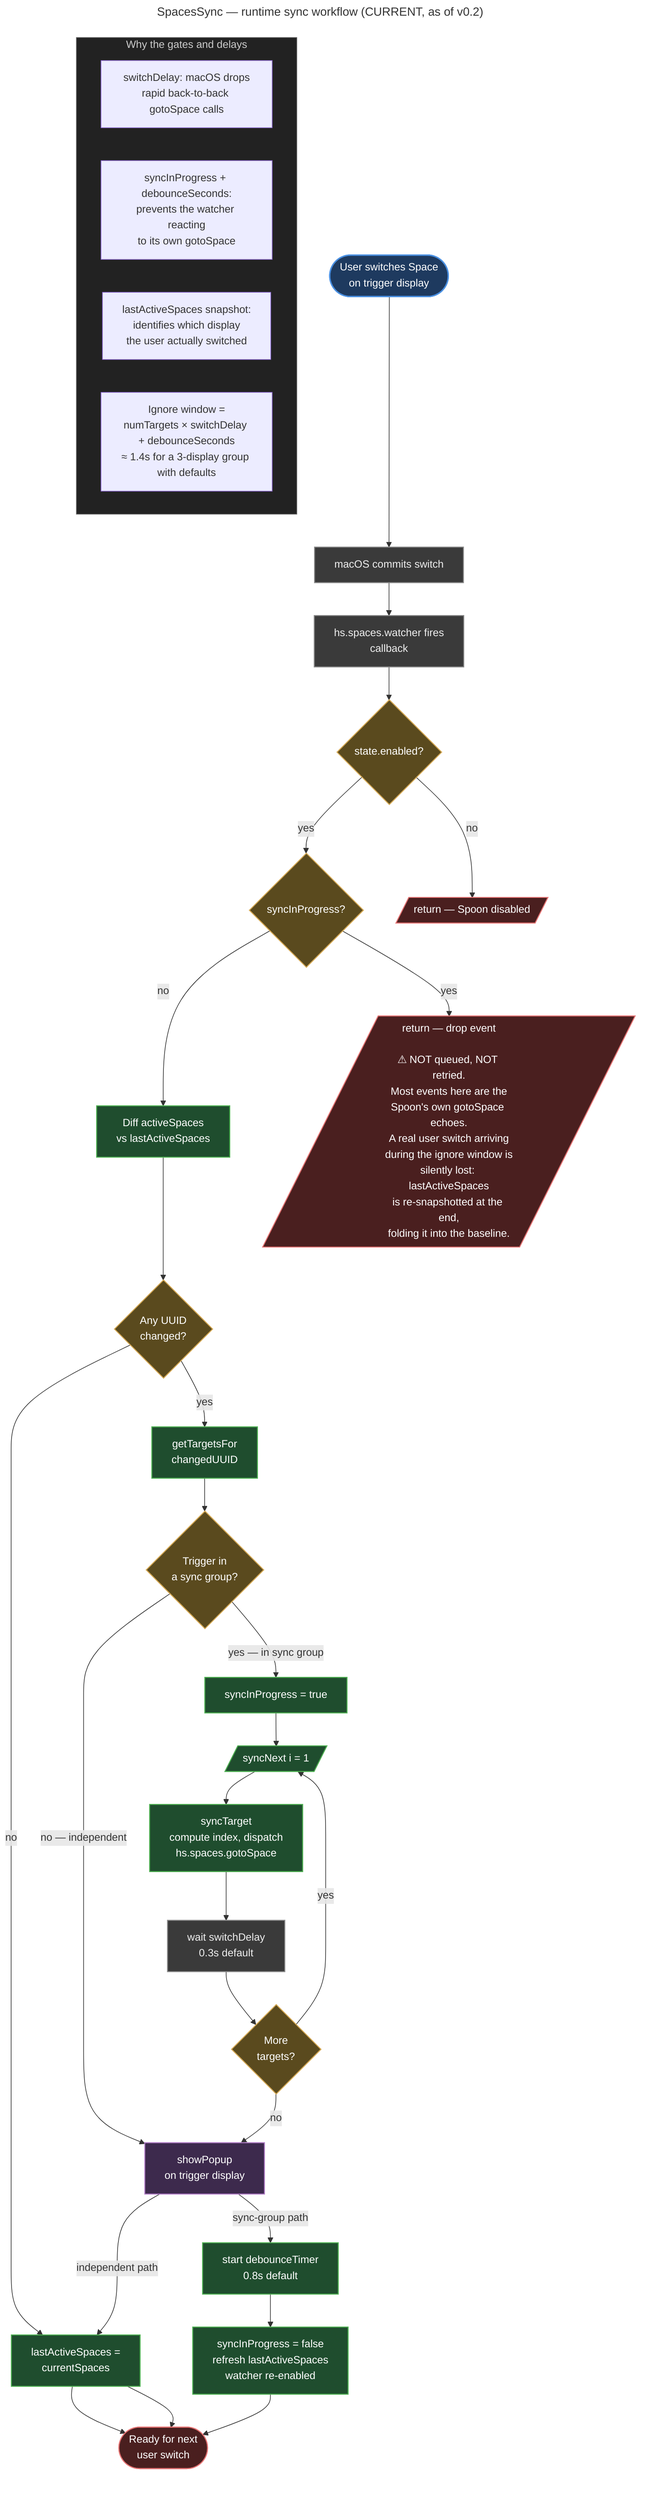
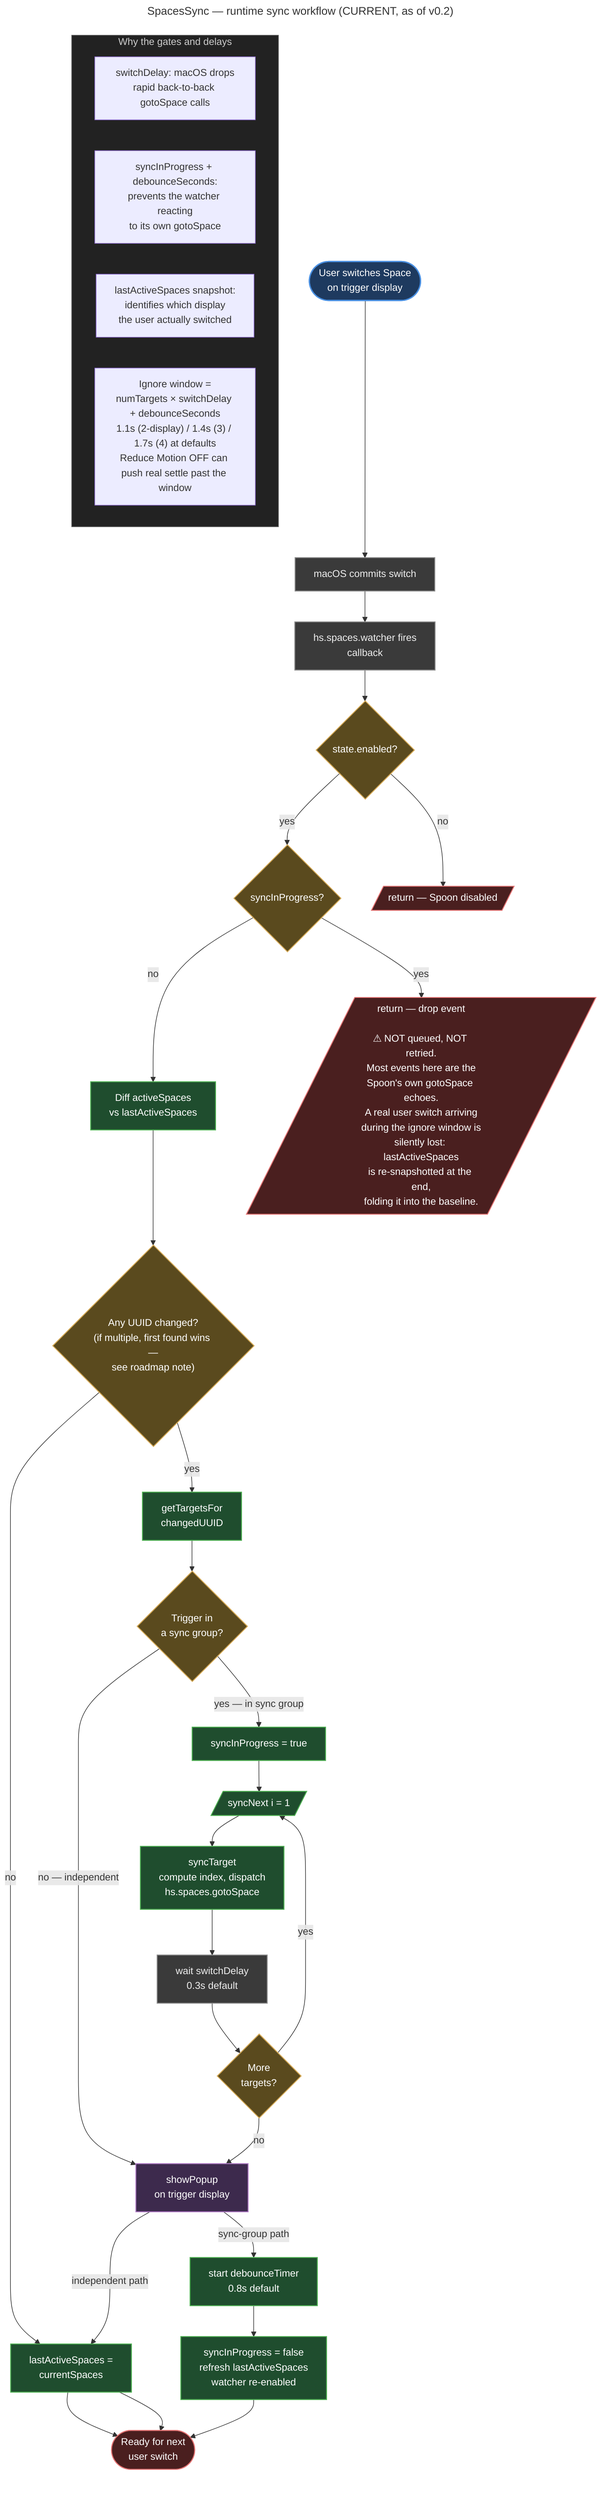
---
title: SpacesSync — runtime sync workflow (CURRENT, as of v0.2)
---
flowchart TD
    classDef user fill:#1e3a5f,stroke:#4a90e2,stroke-width:2px,color:#fff
    classDef macos fill:#3a3a3a,stroke:#888,stroke-width:1.5px,color:#eee
    classDef spoon fill:#1f4d2e,stroke:#4caf50,stroke-width:1.5px,color:#fff
    classDef decision fill:#5a4a1e,stroke:#d4a853,stroke-width:1.5px,color:#fff
    classDef terminal fill:#4a1f1f,stroke:#e57373,stroke-width:1.5px,color:#fff
    classDef ui fill:#3d2a4d,stroke:#b07cc6,stroke-width:1.5px,color:#fff

    U([User switches Space<br/>on trigger display]):::user
    OS[macOS commits switch]:::macos
    W[hs.spaces.watcher fires<br/>callback]:::macos

    GATE1{state.enabled?}:::decision
    GATE2{syncInProgress?}:::decision
    DIFF[Diff activeSpaces<br/>vs lastActiveSpaces]:::spoon
-     FIND{Any UUID<br/>changed?}:::decision
+     FIND{"Any UUID changed?<br/>(if multiple, first found wins —<br/>see roadmap note)"}:::decision

    LOOKUP[getTargetsFor<br/>changedUUID]:::spoon
    GROUP{Trigger in<br/>a sync group?}:::decision

    POPUP[showPopup<br/>on trigger display]:::ui
    UPDATE1[lastActiveSpaces =<br/>currentSpaces]:::spoon

    LOCK[syncInProgress = true]:::spoon
    SYNCNEXT[/syncNext i = 1/]:::spoon
    TARGET[syncTarget<br/>compute index, dispatch<br/>hs.spaces.gotoSpace]:::spoon
    DELAY[wait switchDelay<br/>0.3s default]:::macos
    MORE{More<br/>targets?}:::decision

    DEBOUNCE[start debounceTimer<br/>0.8s default]:::spoon
    REENABLE[syncInProgress = false<br/>refresh lastActiveSpaces<br/>watcher re-enabled]:::spoon

    SKIP_OFF[/return — Spoon disabled/]:::terminal
    SKIP_BUSY[/"return — drop event<br/><br/>⚠ NOT queued, NOT retried.<br/>Most events here are the<br/>Spoon's own gotoSpace echoes.<br/>A real user switch arriving<br/>during the ignore window is<br/>silently lost: lastActiveSpaces<br/>is re-snapshotted at the end,<br/>folding it into the baseline."/]:::terminal
    DONE([Ready for next<br/>user switch]):::terminal

    U --> OS --> W --> GATE1
    GATE1 -- no --> SKIP_OFF
    GATE1 -- yes --> GATE2
    GATE2 -- yes --> SKIP_BUSY
    GATE2 -- no --> DIFF --> FIND
    FIND -- no --> UPDATE1 --> DONE
    FIND -- yes --> LOOKUP --> GROUP

    GROUP -- "no — independent" --> POPUP
    GROUP -- "yes — in sync group" --> LOCK --> SYNCNEXT --> TARGET --> DELAY --> MORE
    MORE -- yes --> SYNCNEXT
    MORE -- no --> POPUP

    POPUP -- "independent path" --> UPDATE1 --> DONE
    POPUP -- "sync-group path" --> DEBOUNCE --> REENABLE --> DONE

    %% Notes
    subgraph LegendBox [Why the gates and delays]
        direction LR
        N1[switchDelay: macOS drops<br/>rapid back-to-back gotoSpace calls]
        N2[syncInProgress + debounceSeconds:<br/>prevents the watcher reacting<br/>to its own gotoSpace]
        N3[lastActiveSpaces snapshot:<br/>identifies which display<br/>the user actually switched]
-         N4["Ignore window =<br/>numTargets × switchDelay + debounceSeconds<br/>≈ 1.4s for a 3-display group with defaults"]
+         N4["Ignore window =<br/>numTargets × switchDelay + debounceSeconds<br/>1.1s (2-display) / 1.4s (3) / 1.7s (4) at defaults<br/>Reduce Motion OFF can push real settle past the window"]
    end
    style LegendBox fill:#222,stroke:#666,color:#ccc
